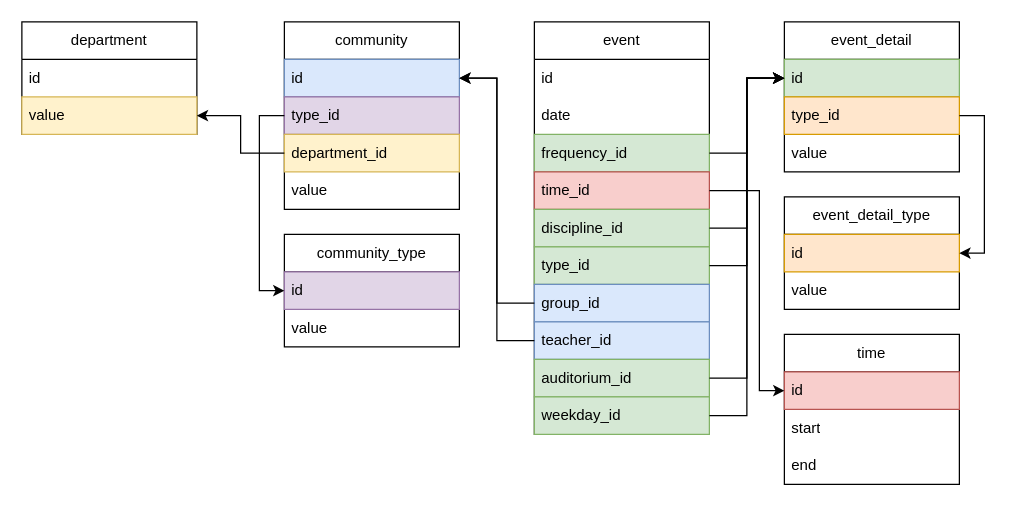
The draw.io diagram API-DB.drawio in 1mk0v/madi-raspisanie-api, before the edit. Source tidied: cells renumbered, new cells numbered last; positions are measured from the earlier drawing's top-left corner, leaving out a move shared by most shapes. Both pictures are drawn from the tidied source at 125%, with x=0, y=0 at pixel (21, 21).
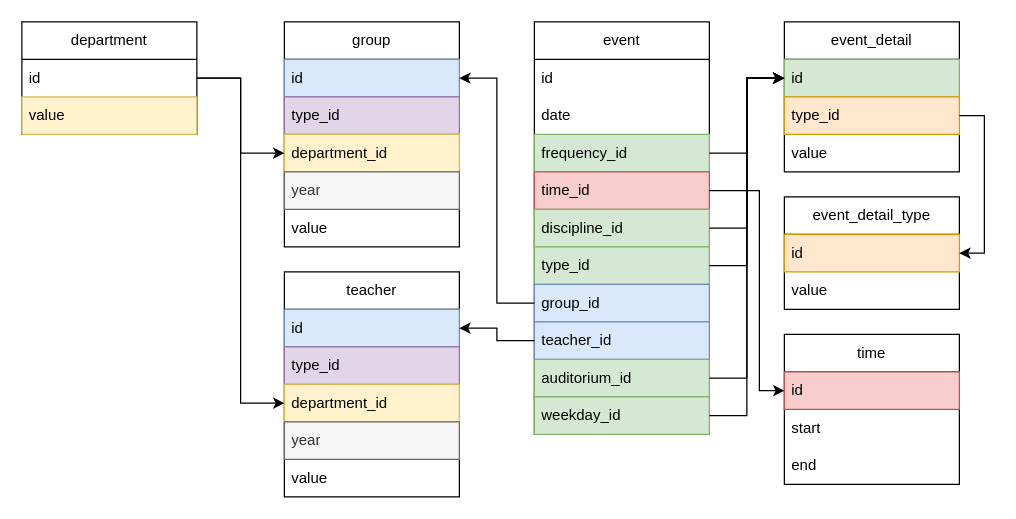
Above is the later version.

Unchanged cells that the change refers to:
```xml
<mxCell id="8" value="id" style="text;strokeColor=none;fillColor=none;align=left;verticalAlign=middle;spacingLeft=4;spacingRight=4;overflow=hidden;points=[[0,0.5],[1,0.5]];portConstraint=eastwest;whiteSpace=wrap;html=1;" parent="7" vertex="1">
  <mxGeometry y="30" width="140" height="30" as="geometry" />
</mxCell>
<mxCell id="9" value="value" style="text;strokeColor=#d6b656;fillColor=#fff2cc;align=left;verticalAlign=middle;spacingLeft=4;spacingRight=4;overflow=hidden;points=[[0,0.5],[1,0.5]];portConstraint=eastwest;whiteSpace=wrap;html=1;" parent="7" vertex="1">
  <mxGeometry y="60" width="140" height="30" as="geometry" />
</mxCell>
<mxCell id="18" value="&lt;span style=&quot;color: rgb(0, 0, 0); font-family: Helvetica; font-size: 12px; font-style: normal; font-variant-ligatures: normal; font-variant-caps: normal; font-weight: 400; letter-spacing: normal; orphans: 2; text-align: left; text-indent: 0px; text-transform: none; widows: 2; word-spacing: 0px; -webkit-text-stroke-width: 0px; white-space: normal; text-decoration-thickness: initial; text-decoration-style: initial; text-decoration-color: initial; float: none; display: inline !important;&quot;&gt;group_id&lt;/span&gt;" style="text;strokeColor=#6c8ebf;fillColor=#dae8fc;align=left;verticalAlign=middle;spacingLeft=4;spacingRight=4;overflow=hidden;points=[[0,0.5],[1,0.5]];portConstraint=eastwest;whiteSpace=wrap;html=1;" parent="11" vertex="1">
  <mxGeometry y="210" width="140" height="30" as="geometry" />
</mxCell>
<mxCell id="19" value="teacher_id" style="text;strokeColor=#6c8ebf;fillColor=#dae8fc;align=left;verticalAlign=middle;spacingLeft=4;spacingRight=4;overflow=hidden;points=[[0,0.5],[1,0.5]];portConstraint=eastwest;whiteSpace=wrap;html=1;" parent="11" vertex="1">
  <mxGeometry y="240" width="140" height="30" as="geometry" />
</mxCell>
```

Change to the diagram source:
```diff
@@
-    <mxCell id="2" value="community" style="swimlane;fontStyle=0;horizontal=1;startSize=30;whiteSpace=wrap;html=1;" parent="1" vertex="1">
-      <mxGeometry x="210" width="140" height="150" as="geometry" />
-    </mxCell>
-    <mxCell id="3" value="id" style="text;strokeColor=#6c8ebf;fillColor=#dae8fc;align=left;verticalAlign=middle;spacingLeft=4;spacingRight=4;overflow=hidden;points=[[0,0.5],[1,0.5]];portConstraint=eastwest;whiteSpace=wrap;html=1;" parent="2" vertex="1">
-      <mxGeometry y="30" width="140" height="30" as="geometry" />
-    </mxCell>
-    <mxCell id="4" value="type_id" style="text;strokeColor=#9673a6;fillColor=#e1d5e7;align=left;verticalAlign=middle;spacingLeft=4;spacingRight=4;overflow=hidden;points=[[0,0.5],[1,0.5]];portConstraint=eastwest;whiteSpace=wrap;html=1;" parent="2" vertex="1">
-      <mxGeometry y="60" width="140" height="30" as="geometry" />
-    </mxCell>
-    <mxCell id="5" value="department_id" style="text;strokeColor=#d6b656;fillColor=#fff2cc;align=left;verticalAlign=middle;spacingLeft=4;spacingRight=4;overflow=hidden;points=[[0,0.5],[1,0.5]];portConstraint=eastwest;whiteSpace=wrap;html=1;" parent="2" vertex="1">
-      <mxGeometry y="90" width="140" height="30" as="geometry" />
-    </mxCell>
-    <mxCell id="6" value="value" style="text;strokeColor=none;fillColor=none;align=left;verticalAlign=middle;spacingLeft=4;spacingRight=4;overflow=hidden;whiteSpace=wrap;html=1;" parent="2" vertex="1">
-      <mxGeometry y="120" width="140" height="30" as="geometry" />
-    </mxCell>
@@
-    <mxCell id="10" style="edgeStyle=orthogonalEdgeStyle;rounded=0;jettySize=auto;html=1;entryX=1;entryY=0.5;entryDx=0;entryDy=0;" parent="1" edge="1" source="5" target="9">
-      <mxGeometry relative="1" as="geometry" />
-    </mxCell>
@@
-    <mxCell id="22" style="edgeStyle=orthogonalEdgeStyle;rounded=0;jettySize=auto;html=1;" parent="1" edge="1" source="18" target="3">
-      <mxGeometry relative="1" as="geometry" />
-    </mxCell>
-    <mxCell id="23" style="edgeStyle=orthogonalEdgeStyle;rounded=0;jettySize=auto;html=1;entryX=1;entryY=0.5;entryDx=0;entryDy=0;exitX=0;exitY=0.5;exitDx=0;exitDy=0;" parent="1" edge="1" source="19" target="3">
-      <mxGeometry relative="1" as="geometry">
-        <Array as="points">
-          <mxPoint x="380" y="255" />
-          <mxPoint x="380" y="45" />
-        </Array>
-      </mxGeometry>
-    </mxCell>
@@
-    <mxCell id="41" value="&lt;span style=&quot;font-weight: 400;&quot;&gt;community_type&lt;/span&gt;" style="swimlane;fontStyle=1;horizontal=1;startSize=30;whiteSpace=wrap;html=1;" parent="1" vertex="1">
-      <mxGeometry x="210" y="170" width="140" height="90" as="geometry" />
-    </mxCell>
-    <mxCell id="42" value="id" style="text;strokeColor=#9673a6;fillColor=#e1d5e7;align=left;verticalAlign=middle;spacingLeft=4;spacingRight=4;overflow=hidden;points=[[0,0.5],[1,0.5]];portConstraint=eastwest;whiteSpace=wrap;html=1;" parent="41" vertex="1">
-      <mxGeometry y="30" width="140" height="30" as="geometry" />
-    </mxCell>
-    <mxCell id="43" value="value" style="text;strokeColor=none;fillColor=none;align=left;verticalAlign=middle;spacingLeft=4;spacingRight=4;overflow=hidden;whiteSpace=wrap;html=1;" parent="41" vertex="1">
-      <mxGeometry y="60" width="140" height="30" as="geometry" />
-    </mxCell>
-    <mxCell id="44" style="edgeStyle=orthogonalEdgeStyle;rounded=0;jettySize=auto;html=1;entryX=0;entryY=0.5;entryDx=0;entryDy=0;" parent="1" edge="1" source="4" target="42">
-      <mxGeometry relative="1" as="geometry">
-        <Array as="points">
-          <mxPoint x="190" y="75" />
-          <mxPoint x="190" y="215" />
-        </Array>
-      </mxGeometry>
-    </mxCell>
@@
+    <mxCell id="46" value="group" style="swimlane;fontStyle=0;horizontal=1;startSize=30;whiteSpace=wrap;html=1;" parent="1" vertex="1">
+      <mxGeometry x="210" width="140" height="180" as="geometry" />
+    </mxCell>
+    <mxCell id="47" value="id" style="text;strokeColor=#6c8ebf;fillColor=#dae8fc;align=left;verticalAlign=middle;spacingLeft=4;spacingRight=4;overflow=hidden;points=[[0,0.5],[1,0.5]];portConstraint=eastwest;whiteSpace=wrap;html=1;" parent="46" vertex="1">
+      <mxGeometry y="30" width="140" height="30" as="geometry" />
+    </mxCell>
+    <mxCell id="48" value="type_id" style="text;strokeColor=#9673a6;fillColor=#e1d5e7;align=left;verticalAlign=middle;spacingLeft=4;spacingRight=4;overflow=hidden;whiteSpace=wrap;html=1;" parent="46" vertex="1">
+      <mxGeometry y="60" width="140" height="30" as="geometry" />
+    </mxCell>
+    <mxCell id="49" value="department_id" style="text;strokeColor=#d6b656;fillColor=#fff2cc;align=left;verticalAlign=middle;spacingLeft=4;spacingRight=4;overflow=hidden;points=[[0,0.5],[1,0.5]];portConstraint=eastwest;whiteSpace=wrap;html=1;" parent="46" vertex="1">
+      <mxGeometry y="90" width="140" height="30" as="geometry" />
+    </mxCell>
+    <mxCell id="50" value="year" style="text;strokeColor=#666666;fillColor=#f5f5f5;align=left;verticalAlign=middle;spacingLeft=4;spacingRight=4;overflow=hidden;whiteSpace=wrap;html=1;fontColor=#333333;" parent="46" vertex="1">
+      <mxGeometry y="120" width="140" height="30" as="geometry" />
+    </mxCell>
+    <mxCell id="51" value="value" style="text;strokeColor=none;fillColor=none;align=left;verticalAlign=middle;spacingLeft=4;spacingRight=4;overflow=hidden;whiteSpace=wrap;html=1;" parent="46" vertex="1">
+      <mxGeometry y="150" width="140" height="30" as="geometry" />
+    </mxCell>
+    <mxCell id="52" value="teacher" style="swimlane;fontStyle=0;horizontal=1;startSize=30;whiteSpace=wrap;html=1;" parent="1" vertex="1">
+      <mxGeometry x="210" y="200" width="140" height="180" as="geometry" />
+    </mxCell>
+    <mxCell id="53" value="id" style="text;strokeColor=#6c8ebf;fillColor=#dae8fc;align=left;verticalAlign=middle;spacingLeft=4;spacingRight=4;overflow=hidden;whiteSpace=wrap;html=1;" parent="52" vertex="1">
+      <mxGeometry y="30" width="140" height="30" as="geometry" />
+    </mxCell>
+    <mxCell id="54" value="type_id" style="text;strokeColor=#9673a6;fillColor=#e1d5e7;align=left;verticalAlign=middle;spacingLeft=4;spacingRight=4;overflow=hidden;whiteSpace=wrap;html=1;" parent="52" vertex="1">
+      <mxGeometry y="60" width="140" height="30" as="geometry" />
+    </mxCell>
+    <mxCell id="55" value="department_id" style="text;strokeColor=#d6b656;fillColor=#fff2cc;align=left;verticalAlign=middle;spacingLeft=4;spacingRight=4;overflow=hidden;points=[[0,0.5],[1,0.5]];portConstraint=eastwest;whiteSpace=wrap;html=1;" parent="52" vertex="1">
+      <mxGeometry y="90" width="140" height="30" as="geometry" />
+    </mxCell>
+    <mxCell id="56" value="year" style="text;strokeColor=#666666;fillColor=#f5f5f5;align=left;verticalAlign=middle;spacingLeft=4;spacingRight=4;overflow=hidden;whiteSpace=wrap;html=1;fontColor=#333333;" parent="52" vertex="1">
+      <mxGeometry y="120" width="140" height="30" as="geometry" />
+    </mxCell>
+    <mxCell id="57" value="value" style="text;strokeColor=none;fillColor=none;align=left;verticalAlign=middle;spacingLeft=4;spacingRight=4;overflow=hidden;whiteSpace=wrap;html=1;" parent="52" vertex="1">
+      <mxGeometry y="150" width="140" height="30" as="geometry" />
+    </mxCell>
+    <mxCell id="58" style="edgeStyle=orthogonalEdgeStyle;rounded=0;jettySize=auto;html=1;entryX=1;entryY=0.25;entryDx=0;entryDy=0;" parent="1" edge="1" source="19" target="52">
+      <mxGeometry relative="1" as="geometry" />
+    </mxCell>
+    <mxCell id="59" style="edgeStyle=orthogonalEdgeStyle;rounded=0;jettySize=auto;html=1;" parent="1" edge="1" source="18" target="47">
+      <mxGeometry relative="1" as="geometry" />
+    </mxCell>
+    <mxCell id="60" style="edgeStyle=orthogonalEdgeStyle;rounded=0;jettySize=auto;html=1;" parent="1" edge="1" source="8" target="49">
+      <mxGeometry relative="1" as="geometry" />
+    </mxCell>
+    <mxCell id="61" style="edgeStyle=orthogonalEdgeStyle;rounded=0;jettySize=auto;html=1;entryX=0;entryY=0.5;entryDx=0;entryDy=0;" parent="1" edge="1" source="8" target="55">
+      <mxGeometry relative="1" as="geometry" />
+    </mxCell>
```
